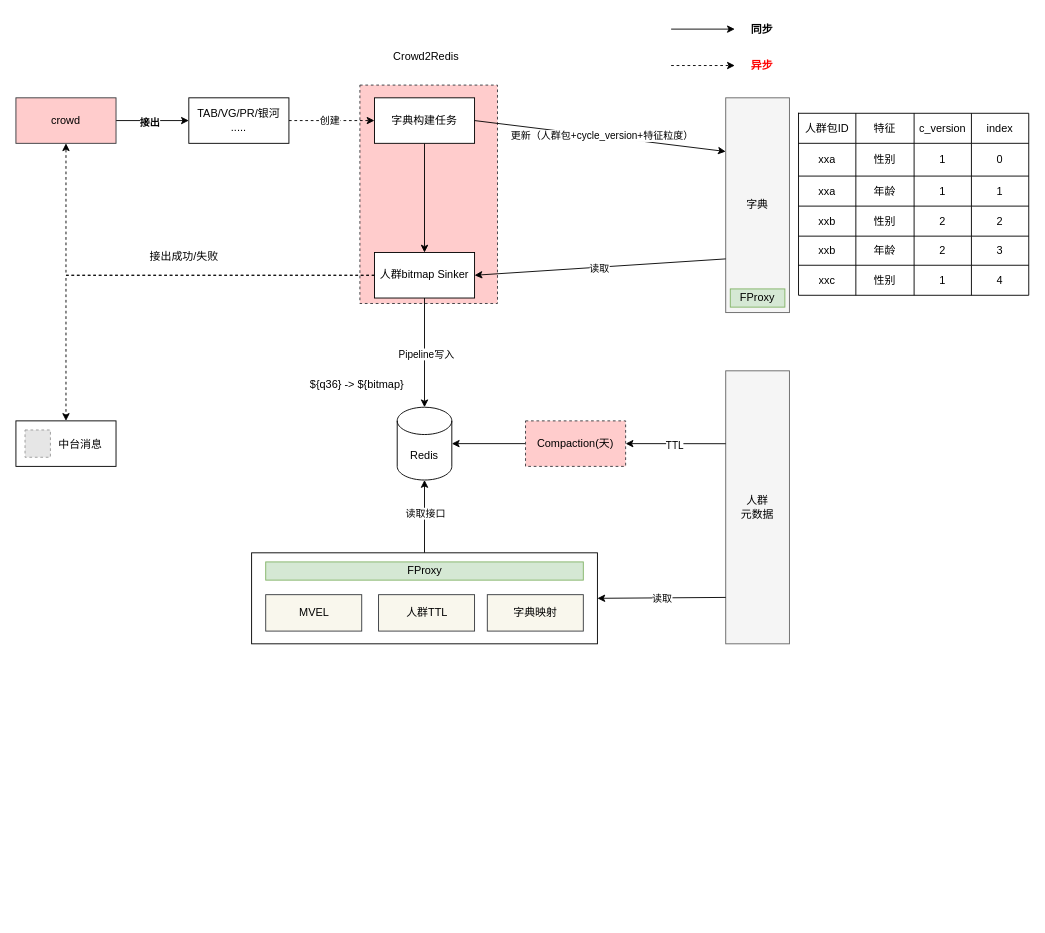
Above: crowd_redis_io.drawio in learn2Pro/draw_io_save (draw.io), before the change. Source tidied: cells renumbered, new cells numbered last; positions are measured from the earlier drawing's top-left corner, leaving out a move shared by most shapes. Both pictures are drawn from the tidied source at 91%, with x=0, y=0 at pixel (15, 15). Pictures stored in the file or linked from it are replaced by grey dashed boxes.
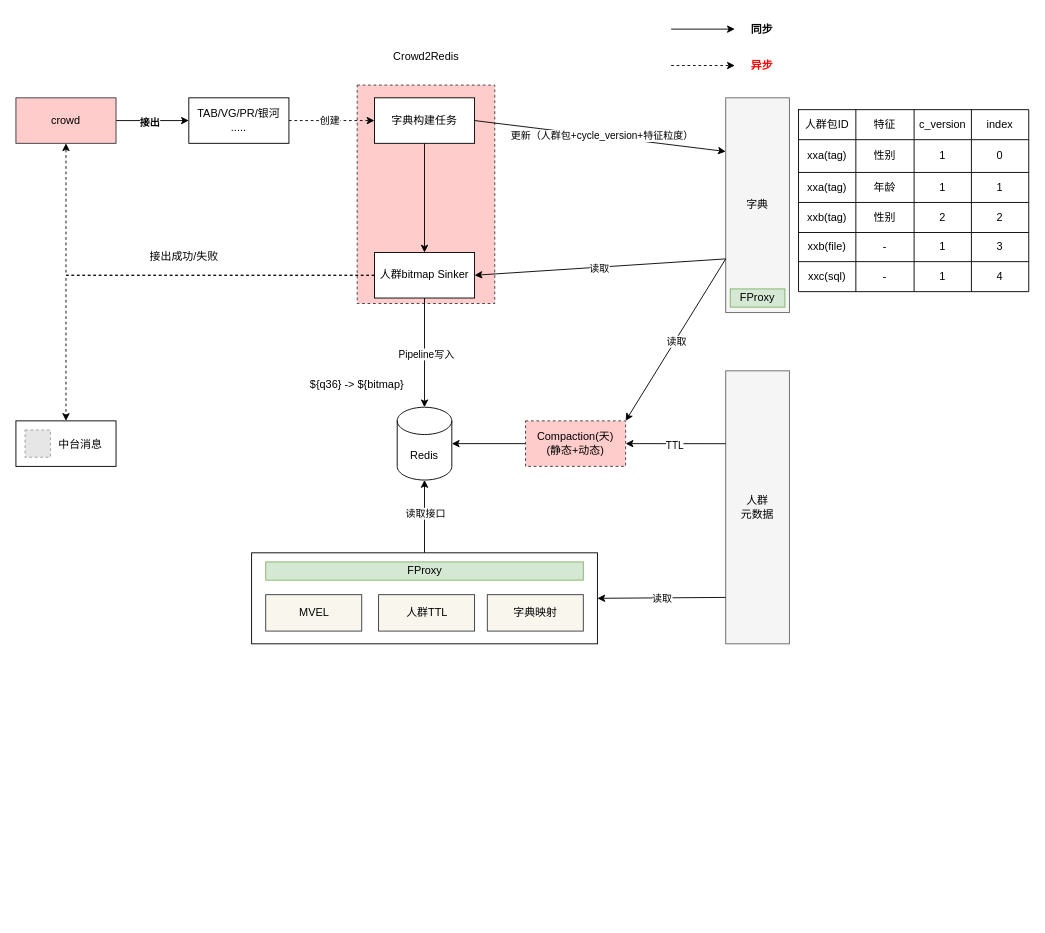
The same page after the edit.

The change refers to these unchanged cells:
```xml
<mxCell id="9" value="&lt;font style=&quot;&quot; color=&quot;#000000&quot;&gt;字典&lt;/font&gt;" style="rounded=0;whiteSpace=wrap;html=1;fontColor=#333333;fillColor=#f5f5f5;strokeColor=#666666;" parent="1" vertex="1">
  <mxGeometry x="780" y="90" width="70" height="236" as="geometry" />
</mxCell>
<mxCell id="51" style="shape=tableRow;horizontal=0;startSize=0;swimlaneHead=0;swimlaneBody=0;top=0;left=0;bottom=0;right=0;fillColor=none;fontColor=#000000;" parent="45" vertex="1">
  <mxGeometry y="33" width="253" height="36" as="geometry" />
</mxCell>
<mxCell id="56" style="shape=tableRow;horizontal=0;startSize=0;swimlaneHead=0;swimlaneBody=0;top=0;left=0;bottom=0;right=0;fillColor=none;fontColor=#000000;" parent="45" vertex="1">
  <mxGeometry y="69" width="253" height="33" as="geometry" />
</mxCell>
<mxCell id="61" style="shape=tableRow;horizontal=0;startSize=0;swimlaneHead=0;swimlaneBody=0;top=0;left=0;bottom=0;right=0;fillColor=none;fontColor=#000000;" parent="45" vertex="1">
  <mxGeometry y="102" width="253" height="33" as="geometry" />
</mxCell>
<mxCell id="66" style="shape=tableRow;horizontal=0;startSize=0;swimlaneHead=0;swimlaneBody=0;top=0;left=0;bottom=0;right=0;fillColor=none;fontColor=#000000;" parent="45" vertex="1">
  <mxGeometry y="135" width="253" height="32" as="geometry" />
</mxCell>
<mxCell id="71" style="shape=tableRow;horizontal=0;startSize=0;swimlaneHead=0;swimlaneBody=0;top=0;left=0;bottom=0;right=0;fillColor=none;fontColor=#000000;" parent="45" vertex="1">
  <mxGeometry y="167" width="253" height="33" as="geometry" />
</mxCell>
```

What changed in the source:
```diff
@@
     <mxCell id="2" style="rounded=0;whiteSpace=wrap;html=1;dashed=1;fillColor=#ffcccc;strokeColor=#36393d;" parent="1" vertex="1">
-      <mxGeometry x="378" y="76" width="151.2" height="240" as="geometry" />
+      <mxGeometry x="375" y="76" width="151.2" height="240" as="geometry" />
     </mxCell>
@@
-    <mxCell id="17" value="Redis" style="shape=cylinder3;whiteSpace=wrap;html=1;boundedLbl=1;backgroundOutline=1;size=15;fontColor=#000000;" parent="1" vertex="1">
+    <mxCell id="17" value="Redis" style="shape=cylinder3;whiteSpace=wrap;html=1;boundedLbl=1;backgroundOutline=1;size=15;" parent="1" vertex="1">
       <mxGeometry x="419" y="430" width="60" height="80" as="geometry" />
     </mxCell>
@@
-    <mxCell id="37" value="Compaction(天)" style="rounded=0;whiteSpace=wrap;html=1;dashed=1;fillColor=#ffcccc;strokeColor=#36393d;" parent="1" vertex="1">
+    <mxCell id="37" value="Compaction(天)&lt;br&gt;(静态+动态)" style="rounded=0;whiteSpace=wrap;html=1;dashed=1;fillColor=#ffcccc;strokeColor=#36393d;" parent="1" vertex="1">
       <mxGeometry x="560" y="445" width="110" height="50" as="geometry" />
     </mxCell>
@@
     <mxCell id="45" style="shape=table;html=1;whiteSpace=wrap;startSize=0;childLayout=tableLayout;fontColor=#000000;" parent="1" vertex="1">
-      <mxGeometry x="860" y="107" width="253" height="200" as="geometry" />
+      <mxGeometry x="860" y="103" width="253" height="200" as="geometry" />
     </mxCell>
@@
-    <mxCell id="52" value="xxa" style="shape=partialRectangle;html=1;whiteSpace=wrap;fillColor=none;top=0;left=0;bottom=0;right=0;overflow=hidden;fontColor=#000000;" parent="51" vertex="1">
+    <mxCell id="52" value="xxa(tag)" style="shape=partialRectangle;html=1;whiteSpace=wrap;fillColor=none;top=0;left=0;bottom=0;right=0;overflow=hidden;fontColor=#000000;" parent="51" vertex="1">
       <mxGeometry width="63" height="36" as="geometry" />
     </mxCell>
@@
-    <mxCell id="57" value="xxa" style="shape=partialRectangle;html=1;whiteSpace=wrap;fillColor=none;top=0;left=0;bottom=0;right=0;overflow=hidden;fontColor=#000000;" parent="56" vertex="1">
+    <mxCell id="57" value="xxa(tag)" style="shape=partialRectangle;html=1;whiteSpace=wrap;fillColor=none;top=0;left=0;bottom=0;right=0;overflow=hidden;fontColor=#000000;" parent="56" vertex="1">
       <mxGeometry width="63" height="33" as="geometry" />
     </mxCell>
@@
-    <mxCell id="62" value="xxb" style="shape=partialRectangle;html=1;whiteSpace=wrap;fillColor=none;top=0;left=0;bottom=0;right=0;overflow=hidden;fontColor=#000000;" parent="61" vertex="1">
+    <mxCell id="62" value="xxb(tag)" style="shape=partialRectangle;html=1;whiteSpace=wrap;fillColor=none;top=0;left=0;bottom=0;right=0;overflow=hidden;fontColor=#000000;" parent="61" vertex="1">
       <mxGeometry width="63" height="33" as="geometry" />
     </mxCell>
@@
-    <mxCell id="67" value="xxb" style="shape=partialRectangle;html=1;whiteSpace=wrap;fillColor=none;top=0;left=0;bottom=0;right=0;overflow=hidden;fontColor=#000000;" parent="66" vertex="1">
+    <mxCell id="67" value="xxb(file)" style="shape=partialRectangle;html=1;whiteSpace=wrap;fillColor=none;top=0;left=0;bottom=0;right=0;overflow=hidden;fontColor=#000000;" parent="66" vertex="1">
       <mxGeometry width="63" height="32" as="geometry" />
     </mxCell>
-    <mxCell id="68" value="年龄" style="shape=partialRectangle;html=1;whiteSpace=wrap;fillColor=none;top=0;left=0;bottom=0;right=0;overflow=hidden;fontColor=#000000;" parent="66" vertex="1">
+    <mxCell id="68" value="-" style="shape=partialRectangle;html=1;whiteSpace=wrap;fillColor=none;top=0;left=0;bottom=0;right=0;overflow=hidden;fontColor=#000000;" parent="66" vertex="1">
       <mxGeometry x="63" width="64" height="32" as="geometry" />
     </mxCell>
-    <mxCell id="69" value="2" style="shape=partialRectangle;html=1;whiteSpace=wrap;fillColor=none;top=0;left=0;bottom=0;right=0;overflow=hidden;fontColor=#000000;" parent="66" vertex="1">
+    <mxCell id="69" value="1" style="shape=partialRectangle;html=1;whiteSpace=wrap;fillColor=none;top=0;left=0;bottom=0;right=0;overflow=hidden;fontColor=#000000;" parent="66" vertex="1">
       <mxGeometry x="127" width="63" height="32" as="geometry" />
     </mxCell>
@@
-    <mxCell id="72" value="xxc" style="shape=partialRectangle;html=1;whiteSpace=wrap;fillColor=none;top=0;left=0;bottom=0;right=0;overflow=hidden;fontColor=#000000;" parent="71" vertex="1">
+    <mxCell id="72" value="xxc(sql)" style="shape=partialRectangle;html=1;whiteSpace=wrap;fillColor=none;top=0;left=0;bottom=0;right=0;overflow=hidden;fontColor=#000000;" parent="71" vertex="1">
       <mxGeometry width="63" height="33" as="geometry" />
     </mxCell>
-    <mxCell id="73" value="性别" style="shape=partialRectangle;html=1;whiteSpace=wrap;fillColor=none;top=0;left=0;bottom=0;right=0;overflow=hidden;fontColor=#000000;" parent="71" vertex="1">
+    <mxCell id="73" value="-" style="shape=partialRectangle;html=1;whiteSpace=wrap;fillColor=none;top=0;left=0;bottom=0;right=0;overflow=hidden;fontColor=#000000;" parent="71" vertex="1">
       <mxGeometry x="63" width="64" height="33" as="geometry" />
     </mxCell>
@@
+    <mxCell id="85" style="endArrow=classic;html=1;rounded=0;fontColor=#000000;entryX=1;entryY=0;entryDx=0;entryDy=0;exitX=0;exitY=0.75;exitDx=0;exitDy=0;" parent="1" edge="1" source="9" target="37">
+      <mxGeometry relative="1" as="geometry" />
+    </mxCell>
+    <mxCell id="86" value="读取" style="edgeLabel;html=1;align=center;verticalAlign=middle;fontColor=#000000;" parent="85" vertex="1">
+      <mxGeometry x="0.01" y="1" relative="1" as="geometry" />
+    </mxCell>
```
